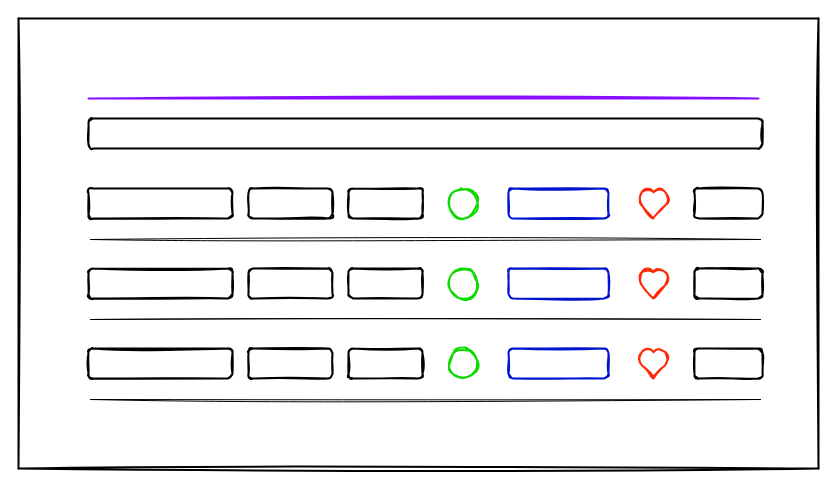
Earlier version of the draw.io diagram dashboard.drawio (dangerdave1/Action-Chess). Source tidied: cells renumbered, new cells numbered last; positions are measured from the earlier drawing's top-left corner, leaving out a move shared by most shapes. Both pictures are drawn from the tidied source at 100%, with x=0, y=0 at pixel (18, 18).
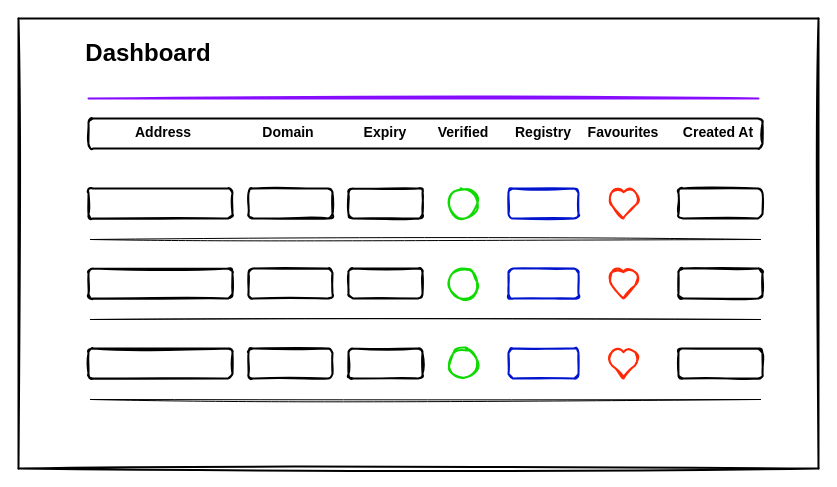
The same diagram, later.

Diff of the diagram source:
```diff
@@
     <mxCell id="10" style="rounded=1;whiteSpace=wrap;html=1;strokeWidth=2;fillWeight=4;hachureGap=0;hachureAngle=45;fillColor=#F2F2F2;sketch=1;rotation=-180;strokeColor=#0014CD;" parent="1" vertex="1">
-      <mxGeometry x="490" y="170" width="100" height="30" as="geometry" />
+      <mxGeometry x="490" y="170" width="70" height="30" as="geometry" />
     </mxCell>
@@
     <mxCell id="12" style="rounded=1;whiteSpace=wrap;html=1;strokeWidth=2;fillWeight=4;hachureGap=0;hachureAngle=45;fillColor=#F2F2F2;sketch=1;rotation=-180;" parent="1" vertex="1">
-      <mxGeometry x="676" y="170" width="68" height="30" as="geometry" />
+      <mxGeometry x="660" y="170" width="84" height="30" as="geometry" />
     </mxCell>
@@
     <mxCell id="14" style="verticalLabelPosition=bottom;verticalAlign=top;html=1;shape=mxgraph.basic.heart;sketch=1;strokeWidth=2;strokeColor=#FF2807;" parent="1" vertex="1">
-      <mxGeometry x="620" y="170" width="30" height="30" as="geometry" />
+      <mxGeometry x="590" y="170" width="30" height="30" as="geometry" />
     </mxCell>
@@
-    <mxCell id="18" style="rounded=1;whiteSpace=wrap;html=1;strokeWidth=2;fillWeight=4;hachureGap=0;hachureAngle=45;fillColor=#F2F2F2;sketch=1;rotation=-180;strokeColor=#0014CD;" parent="1" vertex="1">
-      <mxGeometry x="490" y="250" width="100" height="30" as="geometry" />
-    </mxCell>
@@
     <mxCell id="20" style="rounded=1;whiteSpace=wrap;html=1;strokeWidth=2;fillWeight=4;hachureGap=0;hachureAngle=45;fillColor=#F2F2F2;sketch=1;rotation=-180;" parent="1" vertex="1">
-      <mxGeometry x="676" y="250" width="68" height="30" as="geometry" />
+      <mxGeometry x="660" y="250" width="84" height="30" as="geometry" />
     </mxCell>
@@
     <mxCell id="22" style="verticalLabelPosition=bottom;verticalAlign=top;html=1;shape=mxgraph.basic.heart;sketch=1;strokeWidth=2;strokeColor=#FF2807;" parent="1" vertex="1">
-      <mxGeometry x="620" y="250" width="30" height="30" as="geometry" />
+      <mxGeometry x="590" y="250" width="30" height="30" as="geometry" />
     </mxCell>
@@
-    <mxCell id="26" style="rounded=1;whiteSpace=wrap;html=1;strokeWidth=2;fillWeight=4;hachureGap=0;hachureAngle=45;fillColor=#F2F2F2;sketch=1;rotation=-180;strokeColor=#0014CD;" parent="1" vertex="1">
-      <mxGeometry x="490" y="330" width="100" height="30" as="geometry" />
-    </mxCell>
@@
     <mxCell id="28" style="rounded=1;whiteSpace=wrap;html=1;strokeWidth=2;fillWeight=4;hachureGap=0;hachureAngle=45;fillColor=#F2F2F2;sketch=1;rotation=-180;" parent="1" vertex="1">
-      <mxGeometry x="676" y="330" width="68" height="30" as="geometry" />
+      <mxGeometry x="660" y="330" width="84" height="30" as="geometry" />
     </mxCell>
@@
     <mxCell id="30" style="verticalLabelPosition=bottom;verticalAlign=top;html=1;shape=mxgraph.basic.heart;sketch=1;strokeWidth=2;strokeColor=#FF2807;" parent="1" vertex="1">
-      <mxGeometry x="620" y="330" width="30" height="30" as="geometry" />
+      <mxGeometry x="590" y="330" width="30" height="30" as="geometry" />
     </mxCell>
@@
+    <mxCell id="32" value="&lt;font style=&quot;font-size: 24px&quot;&gt;&lt;b&gt;Dashboard&lt;/b&gt;&lt;/font&gt;" style="text;html=1;strokeColor=none;fillColor=none;align=center;verticalAlign=middle;whiteSpace=wrap;rounded=0;" parent="1" vertex="1">
+      <mxGeometry x="70" y="20" width="120" height="30" as="geometry" />
+    </mxCell>
+    <mxCell id="33" value="&lt;font style=&quot;font-size: 14px&quot;&gt;&lt;b&gt;Address&lt;/b&gt;&lt;/font&gt;" style="text;html=1;strokeColor=none;fillColor=none;align=center;verticalAlign=middle;whiteSpace=wrap;rounded=0;" parent="1" vertex="1">
+      <mxGeometry x="120" y="104" width="50" height="20" as="geometry" />
+    </mxCell>
+    <mxCell id="34" value="&lt;font style=&quot;font-size: 14px&quot;&gt;&lt;b&gt;Domain&lt;/b&gt;&lt;/font&gt;" style="text;html=1;strokeColor=none;fillColor=none;align=center;verticalAlign=middle;whiteSpace=wrap;rounded=0;" parent="1" vertex="1">
+      <mxGeometry x="230" y="104" width="80" height="20" as="geometry" />
+    </mxCell>
+    <mxCell id="35" value="&lt;font style=&quot;font-size: 14px&quot;&gt;&lt;b&gt;Expiry&lt;/b&gt;&lt;/font&gt;" style="text;html=1;strokeColor=none;fillColor=none;align=center;verticalAlign=middle;whiteSpace=wrap;rounded=0;" parent="1" vertex="1">
+      <mxGeometry x="342" y="104" width="50" height="20" as="geometry" />
+    </mxCell>
+    <mxCell id="36" value="&lt;font style=&quot;font-size: 14px&quot;&gt;&lt;b&gt;Verified&lt;/b&gt;&lt;/font&gt;" style="text;html=1;strokeColor=none;fillColor=none;align=center;verticalAlign=middle;whiteSpace=wrap;rounded=0;" parent="1" vertex="1">
+      <mxGeometry x="420" y="104" width="50" height="20" as="geometry" />
+    </mxCell>
+    <mxCell id="37" value="&lt;font style=&quot;font-size: 14px&quot;&gt;&lt;b&gt;Registry&lt;/b&gt;&lt;/font&gt;" style="text;html=1;strokeColor=none;fillColor=none;align=center;verticalAlign=middle;whiteSpace=wrap;rounded=0;" parent="1" vertex="1">
+      <mxGeometry x="500" y="104" width="50" height="20" as="geometry" />
+    </mxCell>
+    <mxCell id="38" value="&lt;font style=&quot;font-size: 14px&quot;&gt;&lt;b&gt;Favourites&lt;/b&gt;&lt;/font&gt;" style="text;html=1;strokeColor=none;fillColor=none;align=center;verticalAlign=middle;whiteSpace=wrap;rounded=0;" parent="1" vertex="1">
+      <mxGeometry x="580" y="104" width="50" height="20" as="geometry" />
+    </mxCell>
+    <mxCell id="39" value="&lt;font style=&quot;font-size: 14px&quot;&gt;&lt;b&gt;Created At&lt;/b&gt;&lt;/font&gt;" style="text;html=1;strokeColor=none;fillColor=none;align=center;verticalAlign=middle;whiteSpace=wrap;rounded=0;" parent="1" vertex="1">
+      <mxGeometry x="660" y="104" width="80" height="20" as="geometry" />
+    </mxCell>
+    <mxCell id="40" style="rounded=1;whiteSpace=wrap;html=1;strokeWidth=2;fillWeight=4;hachureGap=0;hachureAngle=45;fillColor=#F2F2F2;sketch=1;rotation=-180;strokeColor=#0014CD;" parent="1" vertex="1">
+      <mxGeometry x="490" y="250" width="70" height="30" as="geometry" />
+    </mxCell>
+    <mxCell id="41" style="rounded=1;whiteSpace=wrap;html=1;strokeWidth=2;fillWeight=4;hachureGap=0;hachureAngle=45;fillColor=#F2F2F2;sketch=1;rotation=-180;strokeColor=#0014CD;" parent="1" vertex="1">
+      <mxGeometry x="490" y="330" width="70" height="30" as="geometry" />
+    </mxCell>
```
